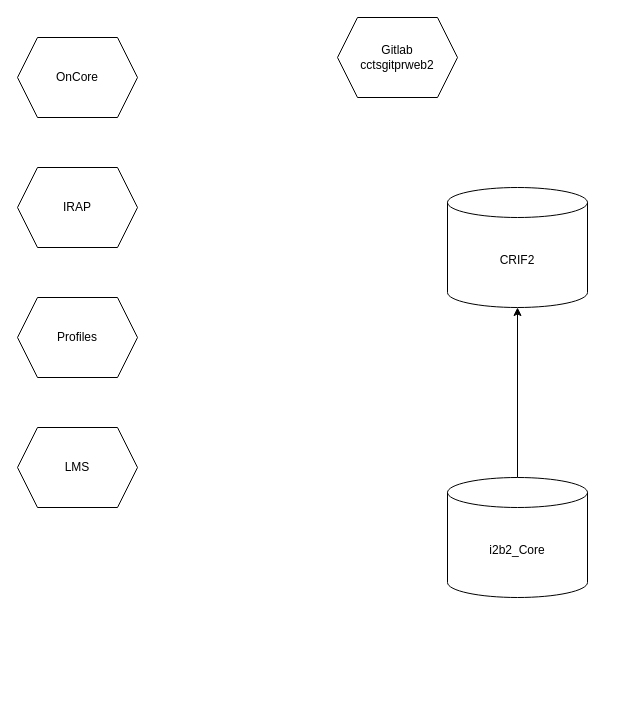
This is Data Flow Diagram DataLENS V2.drawio from ntimkovich/UAB-II-Diagrams, a draw.io file, before an edit. Source tidied: cells renumbered, new cells numbered last; positions are measured from the earlier drawing's top-left corner, leaving out a move shared by most shapes. Both pictures are drawn from the tidied source at 100%, with x=0, y=0 at pixel (17, 17).
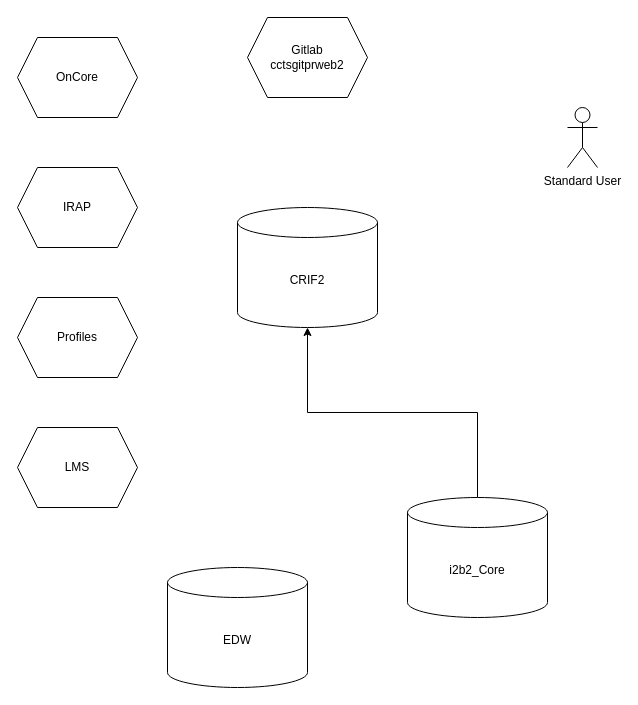
The same page after the edit.

Change to the diagram source:
```diff
@@
 <mxGraphModel>
   <root>
     <mxCell id="0" />
     <mxCell id="1" parent="0" />
     <mxCell id="2" value="CRIF2" style="shape=cylinder3;whiteSpace=wrap;html=1;boundedLbl=1;backgroundOutline=1;size=15;" parent="1" vertex="1">
-      <mxGeometry x="430" y="170" width="140" height="120" as="geometry" />
+      <mxGeometry x="220" y="190" width="140" height="120" as="geometry" />
     </mxCell>
     <mxCell id="3" style="edgeStyle=orthogonalEdgeStyle;rounded=0;jettySize=auto;html=1;exitX=0.5;exitY=0;exitDx=0;exitDy=0;exitPerimeter=0;entryX=0.5;entryY=1;entryDx=0;entryDy=0;entryPerimeter=0;" parent="1" edge="1" source="4" target="2">
       <mxGeometry relative="1" as="geometry" />
     </mxCell>
     <mxCell id="4" value="i2b2_Core" style="shape=cylinder3;whiteSpace=wrap;html=1;boundedLbl=1;backgroundOutline=1;size=15;" parent="1" vertex="1">
-      <mxGeometry x="430" y="460" width="140" height="120" as="geometry" />
+      <mxGeometry x="390" y="480" width="140" height="120" as="geometry" />
     </mxCell>
     <mxCell id="5" value="OnCore" style="shape=hexagon;perimeter=hexagonPerimeter2;whiteSpace=wrap;html=1;fixedSize=1;" parent="1" vertex="1">
       <mxGeometry y="20" width="120" height="80" as="geometry" />
     </mxCell>
     <mxCell id="6" value="IRAP" style="shape=hexagon;perimeter=hexagonPerimeter2;whiteSpace=wrap;html=1;fixedSize=1;" parent="1" vertex="1">
       <mxGeometry y="150" width="120" height="80" as="geometry" />
     </mxCell>
     <mxCell id="7" value="Profiles" style="shape=hexagon;perimeter=hexagonPerimeter2;whiteSpace=wrap;html=1;fixedSize=1;" parent="1" vertex="1">
       <mxGeometry y="280" width="120" height="80" as="geometry" />
     </mxCell>
     <mxCell id="8" value="LMS" style="shape=hexagon;perimeter=hexagonPerimeter2;whiteSpace=wrap;html=1;fixedSize=1;" parent="1" vertex="1">
       <mxGeometry y="410" width="120" height="80" as="geometry" />
     </mxCell>
     <mxCell id="9" value="Gitlab&lt;br&gt;cctsgitprweb2" style="shape=hexagon;perimeter=hexagonPerimeter2;whiteSpace=wrap;html=1;fixedSize=1;" parent="1" vertex="1">
-      <mxGeometry x="320" width="120" height="80" as="geometry" />
+      <mxGeometry x="230" width="120" height="80" as="geometry" />
     </mxCell>
+    <mxCell id="10" value="Standard User" style="shape=umlActor;verticalLabelPosition=bottom;verticalAlign=top;html=1;" parent="1" vertex="1">
+      <mxGeometry x="550" y="90" width="30" height="60" as="geometry" />
+    </mxCell>
+    <mxCell id="11" value="EDW" style="shape=cylinder3;whiteSpace=wrap;html=1;boundedLbl=1;backgroundOutline=1;size=15;" parent="1" vertex="1">
+      <mxGeometry x="150" y="550" width="140" height="120" as="geometry" />
+    </mxCell>
   </root>
 </mxGraphModel>
```
